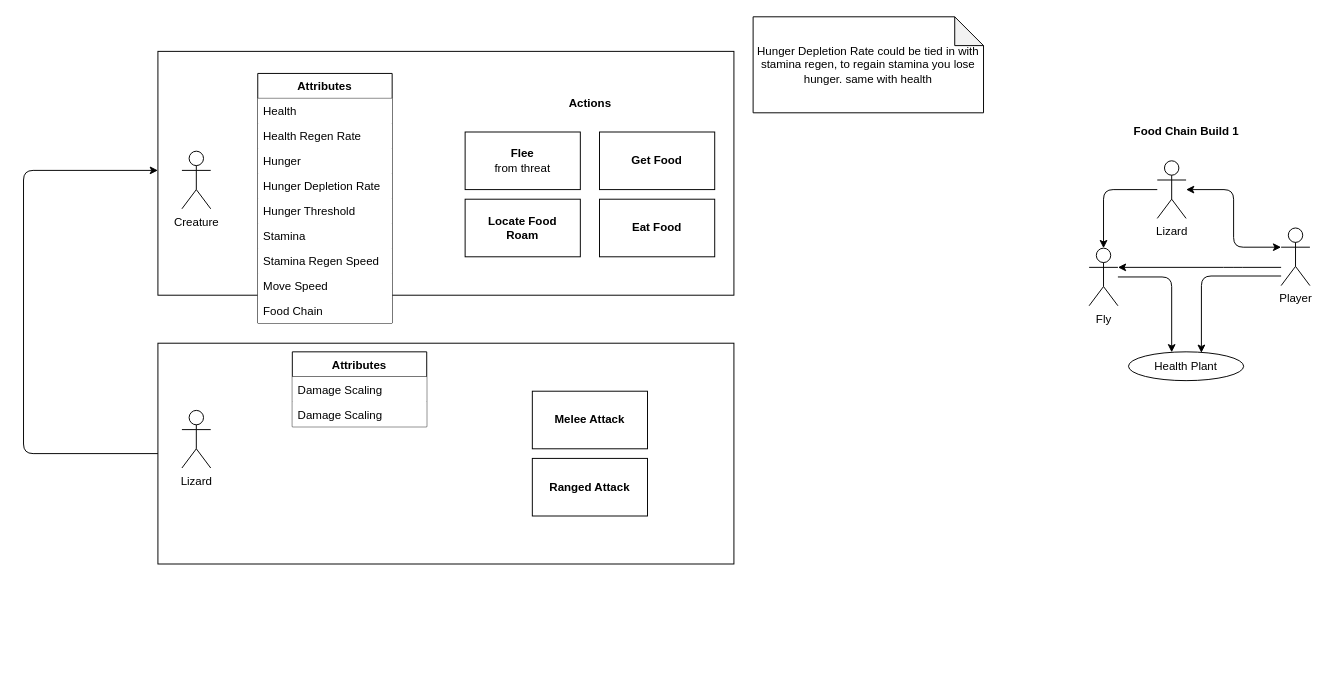
Earlier version of the draw.io diagram documentation/actionPlans_the-game.drawio (AumPatel2208/GOAP-Ecosystem-FPS). Source tidied: cells renumbered, new cells numbered last; positions are measured from the earlier drawing's top-left corner, leaving out a move shared by most shapes. Both pictures are drawn from the tidied source at 96%, with x=0, y=0 at pixel (23, 16).
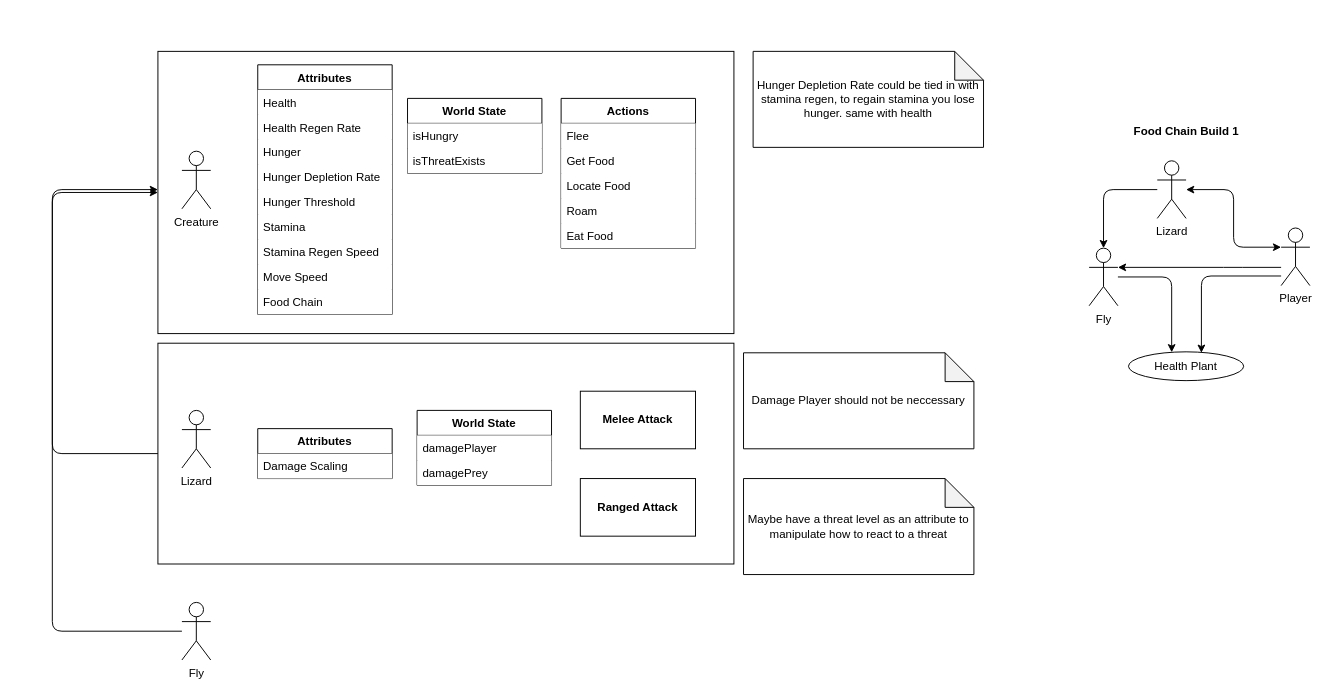
Above is the later version.

Unchanged cells that the change refers to:
```xml
<mxCell id="2" style="rounded=0;whiteSpace=wrap;html=1;fillColor=#ffffff;" parent="1" vertex="1">
  <mxGeometry x="140" y="340" width="600" height="230" as="geometry" />
</mxCell>
```

Diff of the diagram source:
```diff
@@
     <mxCell id="3" style="rounded=0;whiteSpace=wrap;html=1;fillColor=#ffffff;" parent="1" vertex="1">
-      <mxGeometry x="140" y="36" width="600" height="254" as="geometry" />
+      <mxGeometry x="140" y="36" width="600" height="294" as="geometry" />
     </mxCell>
@@
-    <mxCell id="5" value="&lt;div&gt;&lt;b&gt;Flee&lt;/b&gt;&lt;br&gt;&lt;/div&gt;&lt;div&gt;from threat&lt;br&gt;&lt;/div&gt;" style="rounded=0;whiteSpace=wrap;html=1;" parent="1" vertex="1">
-      <mxGeometry x="460" y="120" width="120" height="60" as="geometry" />
-    </mxCell>
-    <mxCell id="6" value="&lt;div&gt;&lt;b&gt;Locate Food&lt;/b&gt;&lt;/div&gt;&lt;div&gt;&lt;b&gt;Roam&lt;br&gt;&lt;/b&gt;&lt;/div&gt;" style="whiteSpace=wrap;html=1;" parent="1" vertex="1">
-      <mxGeometry x="460" y="190" width="120" height="60" as="geometry" />
-    </mxCell>
-    <mxCell id="7" value="&lt;b&gt;Eat Food&lt;br&gt;&lt;/b&gt;" style="whiteSpace=wrap;html=1;" parent="1" vertex="1">
-      <mxGeometry x="600" y="190" width="120" height="60" as="geometry" />
-    </mxCell>
-    <mxCell id="8" value="&lt;div&gt;&lt;b&gt;Get Food&lt;/b&gt;&lt;/div&gt;" style="whiteSpace=wrap;html=1;" parent="1" vertex="1">
-      <mxGeometry x="600" y="120" width="120" height="60" as="geometry" />
-    </mxCell>
     <mxCell id="9" style="edgeStyle=orthogonalEdgeStyle;rounded=1;jettySize=auto;html=1;exitX=0;exitY=0.5;exitDx=0;exitDy=0;" parent="1" edge="1" source="2">
       <mxGeometry relative="1" as="geometry">
-        <mxPoint x="140" y="160" as="targetPoint" />
+        <mxPoint x="140" y="180" as="targetPoint" />
         <Array as="points">
-          <mxPoint y="455" />
-          <mxPoint y="160" />
+          <mxPoint x="30" y="455" />
+          <mxPoint x="30" y="180" />
         </Array>
       </mxGeometry>
     </mxCell>
@@
     <mxCell id="11" value="&lt;b&gt;Melee Attack&lt;/b&gt;" style="whiteSpace=wrap;html=1;" parent="1" vertex="1">
-      <mxGeometry x="530" y="390" width="120" height="60" as="geometry" />
+      <mxGeometry x="580" y="390" width="120" height="60" as="geometry" />
     </mxCell>
     <mxCell id="12" value="&lt;b&gt;Ranged Attack&lt;/b&gt;" style="whiteSpace=wrap;html=1;" parent="1" vertex="1">
-      <mxGeometry x="530" y="460" width="120" height="60" as="geometry" />
+      <mxGeometry x="580" y="481" width="120" height="60" as="geometry" />
     </mxCell>
     <mxCell id="13" value="Attributes" style="swimlane;fontStyle=1;horizontal=1;startSize=26;" parent="1" vertex="1">
-      <mxGeometry x="244" y="59" width="140" height="260" as="geometry" />
+      <mxGeometry x="244" y="50" width="140" height="260" as="geometry" />
     </mxCell>
@@
-    <mxCell id="23" value="&lt;div&gt;Actions&lt;/div&gt;" style="text;html=1;align=center;verticalAlign=middle;fontStyle=1;" parent="1" vertex="1">
-      <mxGeometry x="560" y="80" width="60" height="20" as="geometry" />
-    </mxCell>
     <mxCell id="24" value="Attributes" style="swimlane;fontStyle=1;horizontal=1;startSize=26;" parent="1" vertex="1">
-      <mxGeometry x="280" y="349" width="140" height="78" as="geometry" />
+      <mxGeometry x="244" y="429" width="140" height="52" as="geometry" />
     </mxCell>
@@
-    <mxCell id="26" value="Damage Scaling" style="text;strokeColor=none;align=left;verticalAlign=top;spacingLeft=4;spacingRight=4;overflow=hidden;fillColor=#ffffff;" parent="24" vertex="1">
-      <mxGeometry y="52" width="140" height="26" as="geometry" />
-    </mxCell>
@@
     <mxCell id="37" value="Hunger Depletion Rate could be tied in with stamina regen, to regain stamina you lose hunger. same with health" style="shape=note;whiteSpace=wrap;html=1;backgroundOutline=1;darkOpacity=0.05;fillColor=#ffffff;" parent="1" vertex="1">
-      <mxGeometry x="760" width="240" height="100" as="geometry" />
+      <mxGeometry x="760" y="36" width="240" height="100" as="geometry" />
     </mxCell>
+    <mxCell id="38" style="edgeStyle=orthogonalEdgeStyle;rounded=1;jettySize=auto;html=1;startArrow=none;startFill=0;strokeColor=#000000;entryX=0;entryY=0.5;entryDx=0;entryDy=0;" parent="1" edge="1" source="39" target="3">
+      <mxGeometry relative="1" as="geometry">
+        <Array as="points">
+          <mxPoint x="30" y="640" />
+          <mxPoint x="30" y="183" />
+        </Array>
+      </mxGeometry>
+    </mxCell>
+    <mxCell id="39" value="Fly" style="shape=umlActor;verticalLabelPosition=bottom;verticalAlign=top;html=1;outlineConnect=0;" parent="1" vertex="1">
+      <mxGeometry x="165" y="610" width="30" height="60" as="geometry" />
+    </mxCell>
+    <mxCell id="23" value="Actions" style="swimlane;fontStyle=1;horizontal=1;startSize=26;" parent="1" vertex="1">
+      <mxGeometry x="560" y="85" width="140" height="156" as="geometry" />
+    </mxCell>
+    <mxCell id="40" value="Flee" style="text;strokeColor=none;align=left;verticalAlign=top;spacingLeft=4;spacingRight=4;overflow=hidden;fillColor=#ffffff;" parent="23" vertex="1">
+      <mxGeometry y="26" width="140" height="26" as="geometry" />
+    </mxCell>
+    <mxCell id="8" value="Get Food" style="text;strokeColor=none;align=left;verticalAlign=top;spacingLeft=4;spacingRight=4;overflow=hidden;fillColor=#ffffff;" parent="23" vertex="1">
+      <mxGeometry y="52" width="140" height="26" as="geometry" />
+    </mxCell>
+    <mxCell id="41" value="Locate Food" style="text;strokeColor=none;align=left;verticalAlign=top;spacingLeft=4;spacingRight=4;overflow=hidden;fillColor=#ffffff;" parent="23" vertex="1">
+      <mxGeometry y="78" width="140" height="26" as="geometry" />
+    </mxCell>
+    <mxCell id="42" value="Roam" style="text;strokeColor=none;align=left;verticalAlign=top;spacingLeft=4;spacingRight=4;overflow=hidden;fillColor=#ffffff;" parent="23" vertex="1">
+      <mxGeometry y="104" width="140" height="26" as="geometry" />
+    </mxCell>
+    <mxCell id="7" value="Eat Food" style="text;strokeColor=none;align=left;verticalAlign=top;spacingLeft=4;spacingRight=4;overflow=hidden;fillColor=#ffffff;" parent="23" vertex="1">
+      <mxGeometry y="130" width="140" height="26" as="geometry" />
+    </mxCell>
+    <mxCell id="43" value="World State" style="swimlane;fontStyle=1;horizontal=1;startSize=26;" parent="1" vertex="1">
+      <mxGeometry x="400" y="85" width="140" height="78" as="geometry" />
+    </mxCell>
+    <mxCell id="44" value="isHungry" style="text;strokeColor=none;align=left;verticalAlign=top;spacingLeft=4;spacingRight=4;overflow=hidden;fillColor=#ffffff;" parent="43" vertex="1">
+      <mxGeometry y="26" width="140" height="26" as="geometry" />
+    </mxCell>
+    <mxCell id="45" value="isThreatExists" style="text;strokeColor=none;align=left;verticalAlign=top;spacingLeft=4;spacingRight=4;overflow=hidden;fillColor=#ffffff;" parent="43" vertex="1">
+      <mxGeometry y="52" width="140" height="26" as="geometry" />
+    </mxCell>
+    <mxCell id="46" value="World State" style="swimlane;fontStyle=1;horizontal=1;startSize=26;" parent="1" vertex="1">
+      <mxGeometry x="410" y="410" width="140" height="78" as="geometry" />
+    </mxCell>
+    <mxCell id="47" value="damagePlayer" style="text;strokeColor=none;align=left;verticalAlign=top;spacingLeft=4;spacingRight=4;overflow=hidden;fillColor=#ffffff;" parent="46" vertex="1">
+      <mxGeometry y="26" width="140" height="26" as="geometry" />
+    </mxCell>
+    <mxCell id="48" value="damagePrey" style="text;strokeColor=none;align=left;verticalAlign=top;spacingLeft=4;spacingRight=4;overflow=hidden;fillColor=#ffffff;" parent="46" vertex="1">
+      <mxGeometry y="52" width="140" height="26" as="geometry" />
+    </mxCell>
+    <mxCell id="49" value="Damage Player should not be neccessary" style="shape=note;whiteSpace=wrap;html=1;backgroundOutline=1;darkOpacity=0.05;fillColor=#ffffff;" parent="1" vertex="1">
+      <mxGeometry x="750" y="350" width="240" height="100" as="geometry" />
+    </mxCell>
+    <mxCell id="50" value="Maybe have a threat level as an attribute to manipulate how to react to a threat" style="shape=note;whiteSpace=wrap;html=1;backgroundOutline=1;darkOpacity=0.05;fillColor=#ffffff;" parent="1" vertex="1">
+      <mxGeometry x="750" y="481" width="240" height="100" as="geometry" />
+    </mxCell>
```
